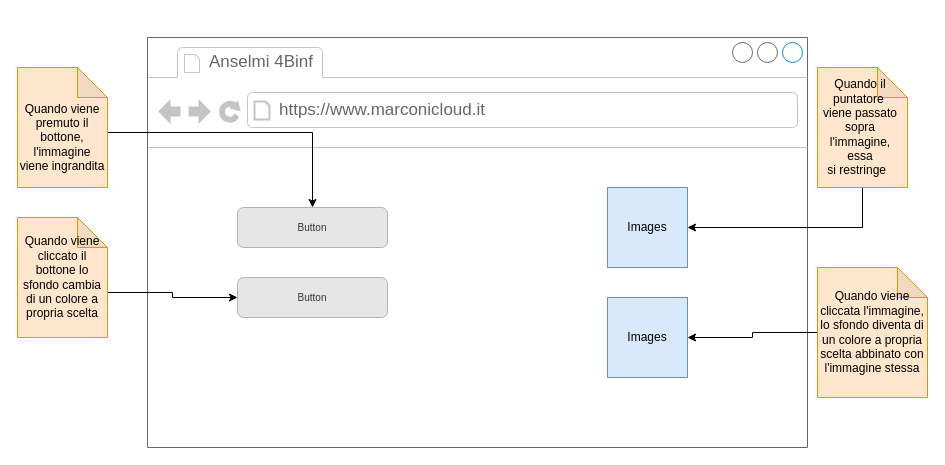
Above: MyDiagram.drawio in gianlucaanselmi/15-02-2021_Exercise_Info (draw.io), before the change. Source tidied: cells renumbered, new cells numbered last; positions are measured from the earlier drawing's top-left corner, leaving out a move shared by most shapes. Both pictures are drawn from the tidied source at 100%, with x=0, y=0 at pixel (17, 37).
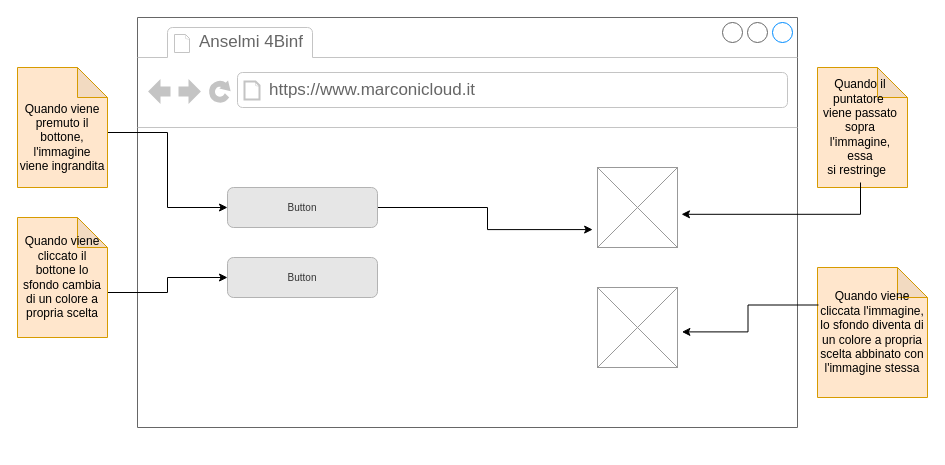
The same diagram, later.

The change refers to these unchanged cells:
```xml
<mxCell id="7" value="Button&lt;br&gt;" style="rounded=1;html=1;shadow=0;dashed=0;whiteSpace=wrap;fontSize=10;fillColor=#E6E6E6;align=center;strokeColor=#B3B3B3;fontColor=#333333;" parent="2" vertex="1">
  <mxGeometry x="90" y="170" width="150" height="40" as="geometry" />
</mxCell>
<mxCell id="15" style="shape=note;whiteSpace=wrap;html=1;backgroundOutline=1;darkOpacity=0.05;fillColor=#ffe6cc;strokeColor=#d79b00;" parent="1" vertex="1">
  <mxGeometry x="800" y="30" width="90" height="120" as="geometry" />
</mxCell>
<mxCell id="16" value="Quando il puntatore&amp;nbsp; viene passato sopra l'immagine, essa&lt;br&gt;si restringe&amp;nbsp;&amp;nbsp;" style="text;html=1;strokeColor=none;fillColor=none;align=center;verticalAlign=middle;whiteSpace=wrap;rounded=0;" parent="1" vertex="1">
  <mxGeometry x="800" y="35" width="86" height="110" as="geometry" />
</mxCell>
<mxCell id="21" style="shape=note;whiteSpace=wrap;html=1;backgroundOutline=1;darkOpacity=0.05;fillColor=#ffe6cc;strokeColor=#d79b00;" parent="1" vertex="1">
  <mxGeometry x="800" y="230" width="110" height="130" as="geometry" />
</mxCell>
<mxCell id="22" value="Quando viene cliccata l'immagine, lo sfondo diventa di un colore a propria scelta abbinato con l'immagine stessa" style="text;html=1;strokeColor=none;fillColor=none;align=center;verticalAlign=middle;whiteSpace=wrap;rounded=0;" parent="1" vertex="1">
  <mxGeometry x="801" y="240" width="108" height="110" as="geometry" />
</mxCell>
```

Diff of the diagram source:
```diff
@@
     <mxCell id="2" style="strokeWidth=1;shadow=0;dashed=0;align=center;html=1;shape=mxgraph.mockup.containers.browserWindow;rSize=0;strokeColor=#666666;strokeColor2=#008cff;strokeColor3=#c4c4c4;mainText=,;" parent="1" vertex="1">
-      <mxGeometry x="130" width="660" height="410" as="geometry" />
+      <mxGeometry x="120" y="-20" width="660" height="410" as="geometry" />
     </mxCell>
@@
-    <mxCell id="5" style="whiteSpace=wrap;html=1;fillColor=#dae8fc;strokeColor=#6c8ebf;" parent="2" vertex="1">
-      <mxGeometry x="460" y="150" width="80" height="80" as="geometry" />
-    </mxCell>
-    <mxCell id="6" value="Images" style="text;html=1;strokeColor=none;fillColor=none;align=center;verticalAlign=middle;whiteSpace=wrap;rounded=0;" parent="2" vertex="1">
-      <mxGeometry x="470" y="170" width="60" height="40" as="geometry" />
-    </mxCell>
+    <mxCell id="23" style="edgeStyle=orthogonalEdgeStyle;rounded=0;jettySize=auto;html=1;exitX=1;exitY=0.5;exitDx=0;exitDy=0;entryX=-0.061;entryY=0.776;entryDx=0;entryDy=0;entryPerimeter=0;" parent="2" edge="1" source="7" target="24">
+      <mxGeometry relative="1" as="geometry" />
+    </mxCell>
@@
-    <mxCell id="9" style="whiteSpace=wrap;html=1;fillColor=#dae8fc;strokeColor=#6c8ebf;" parent="2" vertex="1">
-      <mxGeometry x="460" y="260" width="80" height="80" as="geometry" />
-    </mxCell>
-    <mxCell id="10" value="Images" style="text;html=1;strokeColor=none;fillColor=none;align=center;verticalAlign=middle;whiteSpace=wrap;rounded=0;" parent="2" vertex="1">
-      <mxGeometry x="470" y="280" width="60" height="40" as="geometry" />
-    </mxCell>
+    <mxCell id="24" style="verticalLabelPosition=bottom;shadow=0;dashed=0;align=center;html=1;verticalAlign=top;strokeWidth=1;shape=mxgraph.mockup.graphics.simpleIcon;strokeColor=#999999;" parent="2" vertex="1">
+      <mxGeometry x="460" y="150" width="80" height="80" as="geometry" />
+    </mxCell>
+    <mxCell id="25" style="verticalLabelPosition=bottom;shadow=0;dashed=0;align=center;html=1;verticalAlign=top;strokeWidth=1;shape=mxgraph.mockup.graphics.simpleIcon;strokeColor=#999999;" parent="2" vertex="1">
+      <mxGeometry x="460" y="270" width="80" height="80" as="geometry" />
+    </mxCell>
@@
-    <mxCell id="14" style="edgeStyle=orthogonalEdgeStyle;rounded=0;jettySize=auto;html=1;exitX=0.5;exitY=1;exitDx=0;exitDy=0;exitPerimeter=0;entryX=1;entryY=0.5;entryDx=0;entryDy=0;" parent="1" edge="1" source="15" target="5">
-      <mxGeometry relative="1" as="geometry" />
-    </mxCell>
@@
+    <mxCell id="26" style="edgeStyle=orthogonalEdgeStyle;rounded=0;jettySize=auto;html=1;exitX=0.5;exitY=1;exitDx=0;exitDy=0;entryX=1.05;entryY=0.585;entryDx=0;entryDy=0;entryPerimeter=0;" parent="1" edge="1" source="16" target="24">
+      <mxGeometry relative="1" as="geometry" />
+    </mxCell>
@@
-    <mxCell id="20" style="edgeStyle=orthogonalEdgeStyle;rounded=0;jettySize=auto;html=1;exitX=0;exitY=0.5;exitDx=0;exitDy=0;exitPerimeter=0;entryX=1;entryY=0.5;entryDx=0;entryDy=0;" parent="1" edge="1" source="21" target="9">
-      <mxGeometry relative="1" as="geometry" />
-    </mxCell>
@@
+    <mxCell id="27" style="edgeStyle=orthogonalEdgeStyle;rounded=0;jettySize=auto;html=1;exitX=0;exitY=0.25;exitDx=0;exitDy=0;entryX=1.055;entryY=0.555;entryDx=0;entryDy=0;entryPerimeter=0;" parent="1" edge="1" source="22" target="25">
+      <mxGeometry relative="1" as="geometry" />
+    </mxCell>
```
